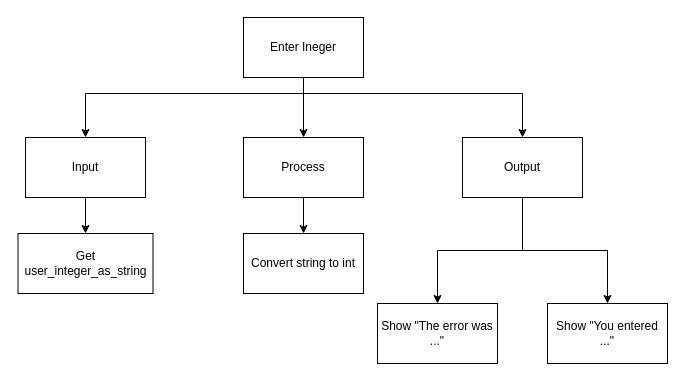
Before: docs/structured-problem-solving/images/top-down-try-catch.drawio in Mr-Coxall/Computer-Based-Problem-Solving, a draw.io diagram. Source tidied: cells renumbered, new cells numbered last; positions are measured from the earlier drawing's top-left corner, leaving out a move shared by most shapes. Both pictures are drawn from the tidied source at 100%, with x=0, y=0 at pixel (18, 17).
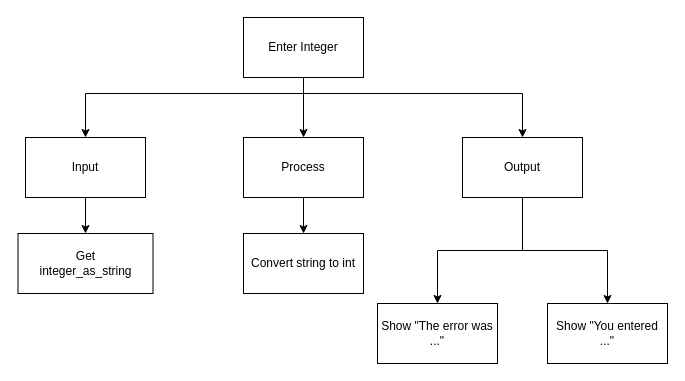
The same diagram, later.

What changed in the source:
```diff
@@
-    <mxCell id="5" value="Enter Ineger" style="rounded=0;whiteSpace=wrap;html=1;" parent="1" vertex="1">
+    <mxCell id="5" value="Enter Integer" style="rounded=0;whiteSpace=wrap;html=1;" parent="1" vertex="1">
       <mxGeometry x="225" width="120" height="60" as="geometry" />
     </mxCell>
@@
-    <mxCell id="13" value="Get&lt;br&gt;user_integer_as_string" style="rounded=0;whiteSpace=wrap;html=1;" parent="1" vertex="1">
+    <mxCell id="13" value="Get&lt;br&gt;integer_as_string" style="rounded=0;whiteSpace=wrap;html=1;" parent="1" vertex="1">
       <mxGeometry x="-0.5" y="216" width="135" height="60" as="geometry" />
     </mxCell>
```
